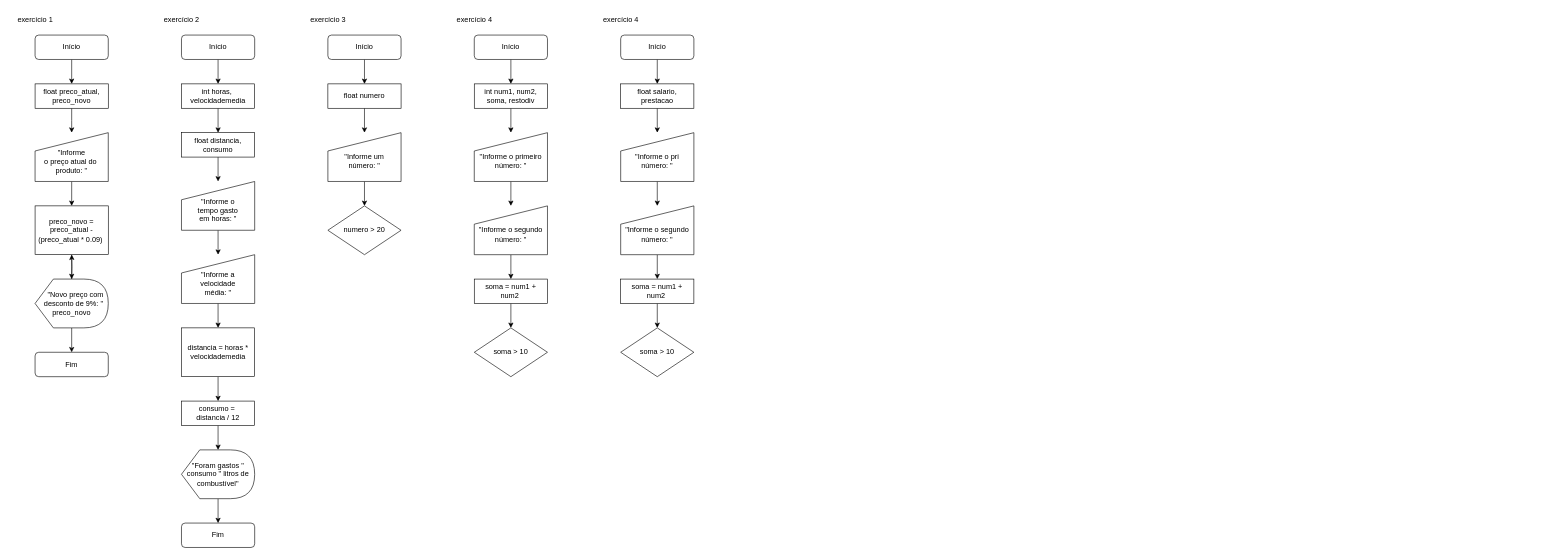
walleskalima/Fluxogramas-II keeps this draw.io diagram as fiz.drawio. Above is the earlier version. Source tidied: cells renumbered, new cells numbered last; positions are measured from the earlier drawing's top-left corner, leaving out a move shared by most shapes. Both pictures are drawn from the tidied source at 61%, with x=0, y=0 at pixel (10, 10).
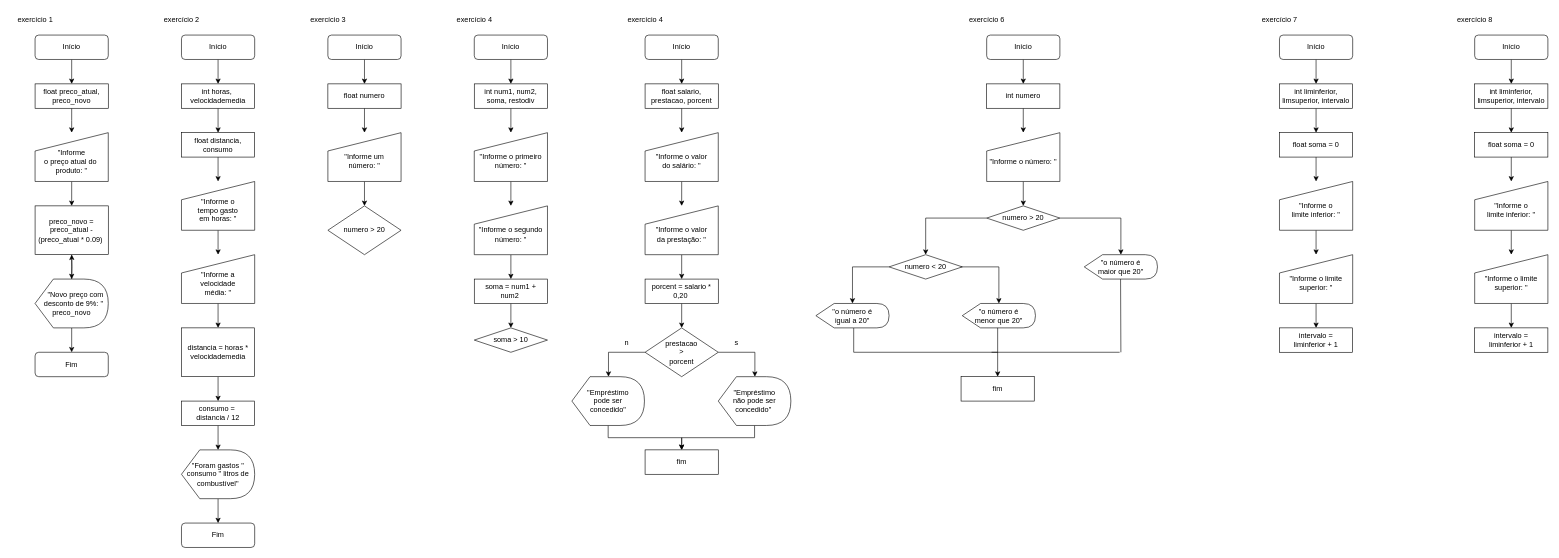
Above is the later version.

The edit, as a diff of the source:
```diff
@@
     <mxCell id="52" value="soma &amp;gt; 10" style="rhombus;whiteSpace=wrap;html=1;" parent="1" vertex="1">
-      <mxGeometry x="760" y="520" width="120" height="80" as="geometry" />
+      <mxGeometry x="760" y="520" width="120" height="40" as="geometry" />
     </mxCell>
     <mxCell id="53" value="exercício 4" style="text;html=1;align=center;verticalAlign=middle;strokeColor=none;fillColor=none;" parent="1" vertex="1">
-      <mxGeometry x="960" width="80" height="30" as="geometry" />
+      <mxGeometry x="1000" width="80" height="30" as="geometry" />
     </mxCell>
@@
     <mxCell id="55" value="Início" style="rounded=1;whiteSpace=wrap;html=1;" parent="1" vertex="1">
-      <mxGeometry x="1000" y="40" width="120" height="40" as="geometry" />
+      <mxGeometry x="1040" y="40" width="120" height="40" as="geometry" />
     </mxCell>
@@
-    <mxCell id="57" value="float salario, prestacao" style="rounded=0;whiteSpace=wrap;html=1;" parent="1" vertex="1">
-      <mxGeometry x="1000" y="120" width="120" height="40" as="geometry" />
+    <mxCell id="57" value="float salario, prestacao, porcent" style="rounded=0;whiteSpace=wrap;html=1;" parent="1" vertex="1">
+      <mxGeometry x="1040" y="120" width="120" height="40" as="geometry" />
     </mxCell>
@@
-    <mxCell id="59" value="&lt;br&gt;&quot;Informe o pri&lt;br&gt;número: &quot;" style="shape=manualInput;whiteSpace=wrap;html=1;" parent="1" vertex="1">
-      <mxGeometry x="1000" y="200" width="120" height="80" as="geometry" />
+    <mxCell id="59" value="&lt;br&gt;&quot;Informe o valor&lt;br&gt;do salário: &quot;" style="shape=manualInput;whiteSpace=wrap;html=1;" parent="1" vertex="1">
+      <mxGeometry x="1040" y="200" width="120" height="80" as="geometry" />
     </mxCell>
@@
-    <mxCell id="61" value="&lt;br&gt;&quot;Informe o segundo&lt;br&gt;número: &quot;" style="shape=manualInput;whiteSpace=wrap;html=1;" parent="1" vertex="1">
-      <mxGeometry x="1000" y="320" width="120" height="80" as="geometry" />
+    <mxCell id="61" value="&lt;br&gt;&quot;Informe o valor&lt;br&gt;da prestação: &quot;" style="shape=manualInput;whiteSpace=wrap;html=1;" parent="1" vertex="1">
+      <mxGeometry x="1040" y="320" width="120" height="80" as="geometry" />
     </mxCell>
@@
-    <mxCell id="63" value="soma = num1 + num2&amp;nbsp;" style="whiteSpace=wrap;html=1;" parent="1" vertex="1">
-      <mxGeometry x="1000" y="440" width="120" height="40" as="geometry" />
+    <mxCell id="63" value="porcent = salario * 0,20&amp;nbsp;" style="whiteSpace=wrap;html=1;" parent="1" vertex="1">
+      <mxGeometry x="1040" y="440" width="120" height="40" as="geometry" />
     </mxCell>
+    <mxCell id="65" style="edgeStyle=orthogonalEdgeStyle;rounded=0;jettySize=auto;html=1;" parent="1" edge="1" source="64" target="68">
+      <mxGeometry relative="1" as="geometry">
+        <Array as="points">
+          <mxPoint x="1220" y="560" />
+        </Array>
+      </mxGeometry>
+    </mxCell>
+    <mxCell id="66" style="edgeStyle=orthogonalEdgeStyle;rounded=0;jettySize=auto;html=1;" parent="1" edge="1" source="64" target="70">
+      <mxGeometry relative="1" as="geometry">
+        <Array as="points">
+          <mxPoint x="980" y="560" />
+        </Array>
+      </mxGeometry>
+    </mxCell>
-    <mxCell id="64" value="soma &amp;gt; 10" style="rhombus;whiteSpace=wrap;html=1;" parent="1" vertex="1">
-      <mxGeometry x="1000" y="520" width="120" height="80" as="geometry" />
+    <mxCell id="64" value="prestacao &lt;br&gt;&amp;gt; &lt;br&gt;porcent" style="rhombus;whiteSpace=wrap;html=1;" parent="1" vertex="1">
+      <mxGeometry x="1040" y="520" width="120" height="80" as="geometry" />
     </mxCell>
+    <mxCell id="67" style="edgeStyle=orthogonalEdgeStyle;rounded=0;jettySize=auto;html=1;" parent="1" edge="1" source="68" target="71">
+      <mxGeometry relative="1" as="geometry" />
+    </mxCell>
+    <mxCell id="68" value="&quot;Empréstimo &lt;br&gt;não pode ser&lt;br&gt;concedido&quot;&amp;nbsp;" style="shape=display;whiteSpace=wrap;html=1;" parent="1" vertex="1">
+      <mxGeometry x="1160" y="600" width="119" height="80" as="geometry" />
+    </mxCell>
+    <mxCell id="69" style="edgeStyle=orthogonalEdgeStyle;rounded=0;jettySize=auto;html=1;" parent="1" edge="1" source="70" target="71">
+      <mxGeometry relative="1" as="geometry">
+        <Array as="points">
+          <mxPoint x="980" y="700" />
+          <mxPoint x="1100" y="700" />
+        </Array>
+      </mxGeometry>
+    </mxCell>
+    <mxCell id="70" value="&quot;Empréstimo&lt;br&gt;pode ser&lt;br&gt;concedido&quot;" style="shape=display;whiteSpace=wrap;html=1;" parent="1" vertex="1">
+      <mxGeometry x="920" y="600" width="119" height="80" as="geometry" />
+    </mxCell>
+    <mxCell id="71" value="fim" style="whiteSpace=wrap;html=1;" parent="1" vertex="1">
+      <mxGeometry x="1040" y="720" width="120" height="40" as="geometry" />
+    </mxCell>
+    <mxCell id="72" value="n" style="text;html=1;strokeColor=none;fillColor=none;align=center;verticalAlign=middle;whiteSpace=wrap;rounded=0;" parent="1" vertex="1">
+      <mxGeometry x="980" y="530" width="60" height="30" as="geometry" />
+    </mxCell>
+    <mxCell id="73" value="s" style="text;html=1;strokeColor=none;fillColor=none;align=center;verticalAlign=middle;whiteSpace=wrap;rounded=0;" parent="1" vertex="1">
+      <mxGeometry x="1160" y="530" width="60" height="30" as="geometry" />
+    </mxCell>
+    <mxCell id="74" value="exercício 6" style="text;html=1;align=center;verticalAlign=middle;strokeColor=none;fillColor=none;" parent="1" vertex="1">
+      <mxGeometry x="1560" width="80" height="30" as="geometry" />
+    </mxCell>
+    <mxCell id="75" style="edgeStyle=orthogonalEdgeStyle;rounded=0;jettySize=auto;html=1;" parent="1" edge="1" source="76" target="78">
+      <mxGeometry relative="1" as="geometry" />
+    </mxCell>
+    <mxCell id="76" value="Início" style="rounded=1;whiteSpace=wrap;html=1;" parent="1" vertex="1">
+      <mxGeometry x="1600" y="40" width="120" height="40" as="geometry" />
+    </mxCell>
+    <mxCell id="77" style="edgeStyle=orthogonalEdgeStyle;rounded=0;jettySize=auto;html=1;" parent="1" edge="1" source="78" target="80">
+      <mxGeometry relative="1" as="geometry" />
+    </mxCell>
+    <mxCell id="78" value="int numero" style="rounded=0;whiteSpace=wrap;html=1;" parent="1" vertex="1">
+      <mxGeometry x="1600" y="120" width="120" height="40" as="geometry" />
+    </mxCell>
+    <mxCell id="79" style="edgeStyle=orthogonalEdgeStyle;rounded=0;jettySize=auto;html=1;" parent="1" edge="1" source="80" target="83">
+      <mxGeometry relative="1" as="geometry" />
+    </mxCell>
+    <mxCell id="80" value="&lt;br&gt;&quot;Informe o número: &quot;" style="shape=manualInput;whiteSpace=wrap;html=1;" parent="1" vertex="1">
+      <mxGeometry x="1600" y="200" width="120" height="80" as="geometry" />
+    </mxCell>
+    <mxCell id="81" style="edgeStyle=orthogonalEdgeStyle;rounded=0;jettySize=auto;html=1;" parent="1" edge="1" source="83" target="84">
+      <mxGeometry relative="1" as="geometry">
+        <Array as="points">
+          <mxPoint x="1820" y="340" />
+        </Array>
+      </mxGeometry>
+    </mxCell>
+    <mxCell id="82" style="edgeStyle=orthogonalEdgeStyle;rounded=0;jettySize=auto;html=1;" parent="1" edge="1" source="83" target="87">
+      <mxGeometry relative="1" as="geometry">
+        <Array as="points">
+          <mxPoint x="1500" y="340" />
+        </Array>
+      </mxGeometry>
+    </mxCell>
+    <mxCell id="83" value="numero &amp;gt; 20" style="rhombus;whiteSpace=wrap;html=1;" parent="1" vertex="1">
+      <mxGeometry x="1600" y="320" width="120" height="40" as="geometry" />
+    </mxCell>
+    <mxCell id="84" value="&quot;o número é&lt;br&gt;maior que 20&quot;" style="shape=display;whiteSpace=wrap;html=1;" parent="1" vertex="1">
+      <mxGeometry x="1760" y="400" width="120" height="40" as="geometry" />
+    </mxCell>
+    <mxCell id="85" style="edgeStyle=orthogonalEdgeStyle;rounded=0;jettySize=auto;html=1;entryX=0.5;entryY=0;entryDx=0;entryDy=0;entryPerimeter=0;" parent="1" edge="1" target="88">
+      <mxGeometry relative="1" as="geometry">
+        <mxPoint x="1500" y="420" as="sourcePoint" />
+        <Array as="points">
+          <mxPoint x="1620" y="420" />
+        </Array>
+      </mxGeometry>
+    </mxCell>
+    <mxCell id="86" style="edgeStyle=orthogonalEdgeStyle;rounded=0;jettySize=auto;html=1;" parent="1" edge="1" source="87" target="90">
+      <mxGeometry relative="1" as="geometry">
+        <Array as="points">
+          <mxPoint x="1380" y="420" />
+        </Array>
+      </mxGeometry>
+    </mxCell>
+    <mxCell id="87" value="numero &amp;lt; 20" style="rhombus;whiteSpace=wrap;html=1;" parent="1" vertex="1">
+      <mxGeometry x="1440" y="400" width="120" height="40" as="geometry" />
+    </mxCell>
+    <mxCell id="88" value="&quot;o número é&lt;br&gt;menor que 20&quot;" style="shape=display;whiteSpace=wrap;html=1;" parent="1" vertex="1">
+      <mxGeometry x="1560" y="480" width="120" height="40" as="geometry" />
+    </mxCell>
+    <mxCell id="89" style="edgeStyle=orthogonalEdgeStyle;rounded=0;jettySize=auto;html=1;entryX=0.5;entryY=0;entryDx=0;entryDy=0;" parent="1" edge="1" target="91">
+      <mxGeometry relative="1" as="geometry">
+        <mxPoint x="1382" y="520" as="sourcePoint" />
+        <Array as="points">
+          <mxPoint x="1382" y="560" />
+          <mxPoint x="1618" y="560" />
+        </Array>
+      </mxGeometry>
+    </mxCell>
+    <mxCell id="90" value="&quot;o número é&lt;br&gt;igual a 20&quot;" style="shape=display;whiteSpace=wrap;html=1;" parent="1" vertex="1">
+      <mxGeometry x="1320" y="480" width="120" height="40" as="geometry" />
+    </mxCell>
+    <mxCell id="91" value="fim" style="whiteSpace=wrap;html=1;" parent="1" vertex="1">
+      <mxGeometry x="1558" y="600" width="120" height="40" as="geometry" />
+    </mxCell>
+    <mxCell id="92" style="endArrow=none;html=1;rounded=0;entryX=0.35;entryY=1.013;entryDx=0;entryDy=0;entryPerimeter=0;" parent="1" edge="1">
+      <mxGeometry relative="1" as="geometry">
+        <mxPoint x="1820" y="560" as="sourcePoint" />
+        <mxPoint x="1819.5" y="440" as="targetPoint" />
+      </mxGeometry>
+    </mxCell>
+    <mxCell id="93" style="endArrow=none;html=1;rounded=0;" parent="1" edge="1">
+      <mxGeometry relative="1" as="geometry">
+        <mxPoint x="1608" y="560" as="sourcePoint" />
+        <mxPoint x="1818" y="560" as="targetPoint" />
+      </mxGeometry>
+    </mxCell>
+    <mxCell id="94" style="endArrow=none;html=1;rounded=0;" parent="1" edge="1">
+      <mxGeometry relative="1" as="geometry">
+        <mxPoint x="1618" y="560" as="sourcePoint" />
+        <mxPoint x="1618" y="520" as="targetPoint" />
+      </mxGeometry>
+    </mxCell>
+    <mxCell id="95" style="edgeStyle=orthogonalEdgeStyle;rounded=0;jettySize=auto;html=1;" parent="1" edge="1" source="96" target="98">
+      <mxGeometry relative="1" as="geometry" />
+    </mxCell>
+    <mxCell id="96" value="Início" style="rounded=1;whiteSpace=wrap;html=1;" parent="1" vertex="1">
+      <mxGeometry x="2080" y="40" width="120" height="40" as="geometry" />
+    </mxCell>
+    <mxCell id="97" style="edgeStyle=orthogonalEdgeStyle;rounded=0;jettySize=auto;html=1;" parent="1" edge="1" source="98" target="100">
+      <mxGeometry relative="1" as="geometry" />
+    </mxCell>
+    <mxCell id="98" value="int liminferior, limsuperior, intervalo" style="rounded=0;whiteSpace=wrap;html=1;" parent="1" vertex="1">
+      <mxGeometry x="2080" y="120" width="120" height="40" as="geometry" />
+    </mxCell>
+    <mxCell id="99" style="edgeStyle=orthogonalEdgeStyle;rounded=0;jettySize=auto;html=1;" parent="1" edge="1" source="100" target="102">
+      <mxGeometry relative="1" as="geometry" />
+    </mxCell>
+    <mxCell id="100" value="float soma = 0" style="rounded=0;whiteSpace=wrap;html=1;" parent="1" vertex="1">
+      <mxGeometry x="2080" y="200" width="120" height="40" as="geometry" />
+    </mxCell>
+    <mxCell id="101" style="edgeStyle=orthogonalEdgeStyle;rounded=0;jettySize=auto;html=1;" parent="1" edge="1" source="102" target="104">
+      <mxGeometry relative="1" as="geometry" />
+    </mxCell>
+    <mxCell id="102" value="&lt;font style=&quot;border-color: var(--border-color);&quot;&gt;&lt;font style=&quot;border-color: var(--border-color);&quot;&gt;&lt;br&gt;&quot;Informe o&lt;/font&gt;&lt;br style=&quot;border-color: var(--border-color);&quot;&gt;&lt;/font&gt;&lt;font style=&quot;border-color: var(--border-color);&quot;&gt;limite inferior: &quot;&lt;/font&gt;" style="shape=manualInput;whiteSpace=wrap;html=1;" parent="1" vertex="1">
+      <mxGeometry x="2080" y="280" width="120" height="80" as="geometry" />
+    </mxCell>
+    <mxCell id="103" style="edgeStyle=orthogonalEdgeStyle;rounded=0;jettySize=auto;html=1;" parent="1" edge="1" source="104" target="106">
+      <mxGeometry relative="1" as="geometry" />
+    </mxCell>
+    <mxCell id="104" value="&lt;br&gt;&quot;Informe o limite superior: &quot;" style="shape=manualInput;whiteSpace=wrap;html=1;" parent="1" vertex="1">
+      <mxGeometry x="2080" y="400" width="120" height="80" as="geometry" />
+    </mxCell>
+    <mxCell id="105" value="exercício 7" style="text;html=1;align=center;verticalAlign=middle;strokeColor=none;fillColor=none;" parent="1" vertex="1">
+      <mxGeometry x="2040" width="80" height="30" as="geometry" />
+    </mxCell>
+    <mxCell id="106" value="intervalo = &lt;br&gt;liminferior + 1" style="whiteSpace=wrap;html=1;" parent="1" vertex="1">
+      <mxGeometry x="2080" y="520" width="120" height="40" as="geometry" />
+    </mxCell>
+    <mxCell id="107" style="edgeStyle=orthogonalEdgeStyle;rounded=0;jettySize=auto;html=1;" parent="1" edge="1" source="108" target="110">
+      <mxGeometry relative="1" as="geometry" />
+    </mxCell>
+    <mxCell id="108" value="Início" style="rounded=1;whiteSpace=wrap;html=1;" parent="1" vertex="1">
+      <mxGeometry x="2400" y="40" width="120" height="40" as="geometry" />
+    </mxCell>
+    <mxCell id="109" style="edgeStyle=orthogonalEdgeStyle;rounded=0;jettySize=auto;html=1;" parent="1" edge="1" source="110" target="112">
+      <mxGeometry relative="1" as="geometry" />
+    </mxCell>
+    <mxCell id="110" value="int liminferior, limsuperior, intervalo" style="rounded=0;whiteSpace=wrap;html=1;" parent="1" vertex="1">
+      <mxGeometry x="2400" y="120" width="120" height="40" as="geometry" />
+    </mxCell>
+    <mxCell id="111" style="edgeStyle=orthogonalEdgeStyle;rounded=0;jettySize=auto;html=1;" parent="1" edge="1" source="112" target="114">
+      <mxGeometry relative="1" as="geometry" />
+    </mxCell>
+    <mxCell id="112" value="float soma = 0" style="rounded=0;whiteSpace=wrap;html=1;" parent="1" vertex="1">
+      <mxGeometry x="2400" y="200" width="120" height="40" as="geometry" />
+    </mxCell>
+    <mxCell id="113" style="edgeStyle=orthogonalEdgeStyle;rounded=0;jettySize=auto;html=1;" parent="1" edge="1" source="114" target="116">
+      <mxGeometry relative="1" as="geometry" />
+    </mxCell>
+    <mxCell id="114" value="&lt;font style=&quot;border-color: var(--border-color);&quot;&gt;&lt;font style=&quot;border-color: var(--border-color);&quot;&gt;&lt;br&gt;&quot;Informe o&lt;/font&gt;&lt;br style=&quot;border-color: var(--border-color);&quot;&gt;&lt;/font&gt;&lt;font style=&quot;border-color: var(--border-color);&quot;&gt;limite inferior: &quot;&lt;/font&gt;" style="shape=manualInput;whiteSpace=wrap;html=1;" parent="1" vertex="1">
+      <mxGeometry x="2400" y="280" width="120" height="80" as="geometry" />
+    </mxCell>
+    <mxCell id="115" style="edgeStyle=orthogonalEdgeStyle;rounded=0;jettySize=auto;html=1;" parent="1" edge="1" source="116" target="118">
+      <mxGeometry relative="1" as="geometry" />
+    </mxCell>
+    <mxCell id="116" value="&lt;br&gt;&quot;Informe o limite superior: &quot;" style="shape=manualInput;whiteSpace=wrap;html=1;" parent="1" vertex="1">
+      <mxGeometry x="2400" y="400" width="120" height="80" as="geometry" />
+    </mxCell>
+    <mxCell id="117" value="exercício 8" style="text;html=1;align=center;verticalAlign=middle;strokeColor=none;fillColor=none;" parent="1" vertex="1">
+      <mxGeometry x="2360" width="80" height="30" as="geometry" />
+    </mxCell>
+    <mxCell id="118" value="intervalo = &lt;br&gt;liminferior + 1" style="whiteSpace=wrap;html=1;" parent="1" vertex="1">
+      <mxGeometry x="2400" y="520" width="120" height="40" as="geometry" />
+    </mxCell>
```
